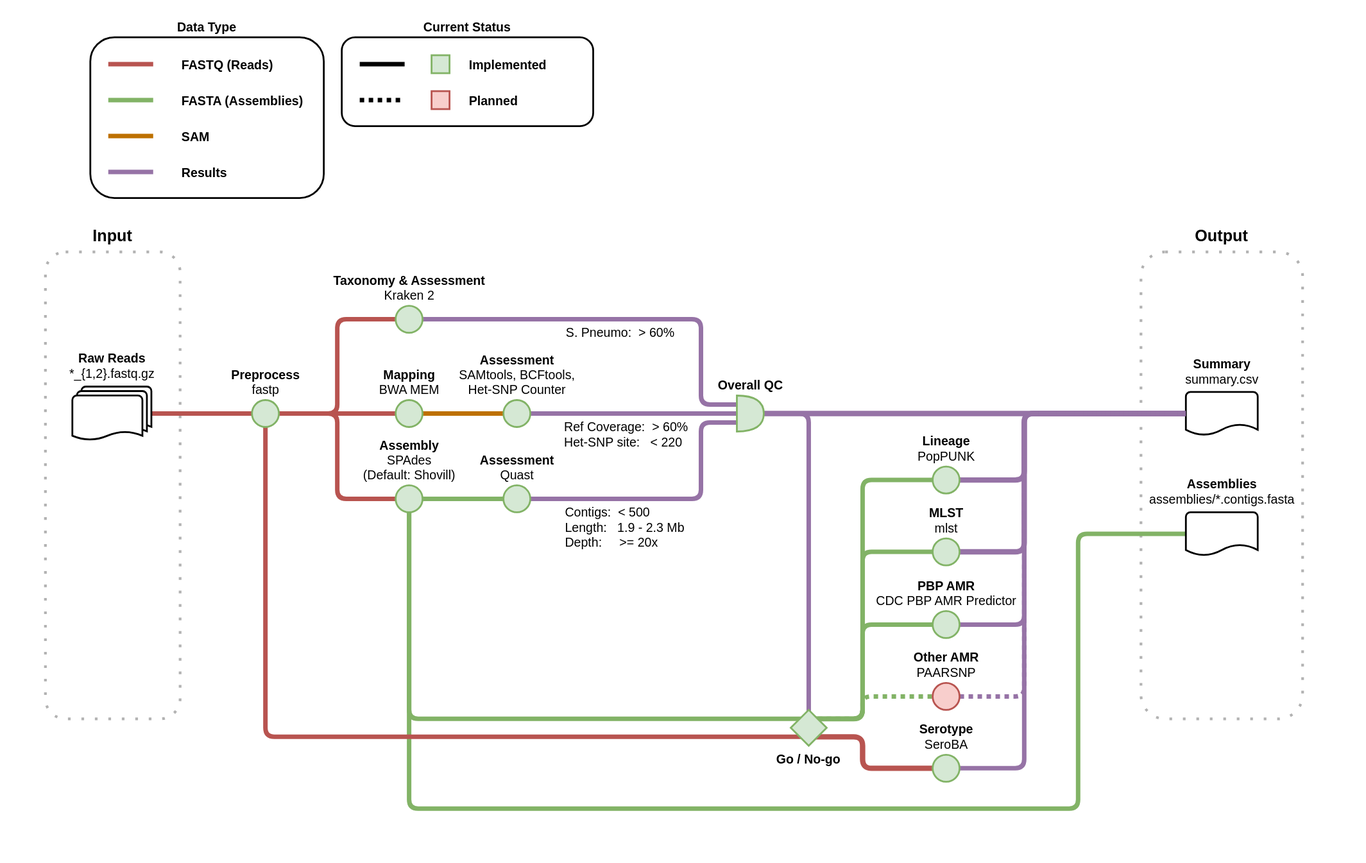
This is doc/workflow.drawio.svg from sanger-bentley-group/gps-pipeline, a draw.io export, as it was before one commit. Source tidied: cells renumbered, new cells last; positions are measured from the earlier drawing's top-left corner, leaving out a move shared by most shapes.
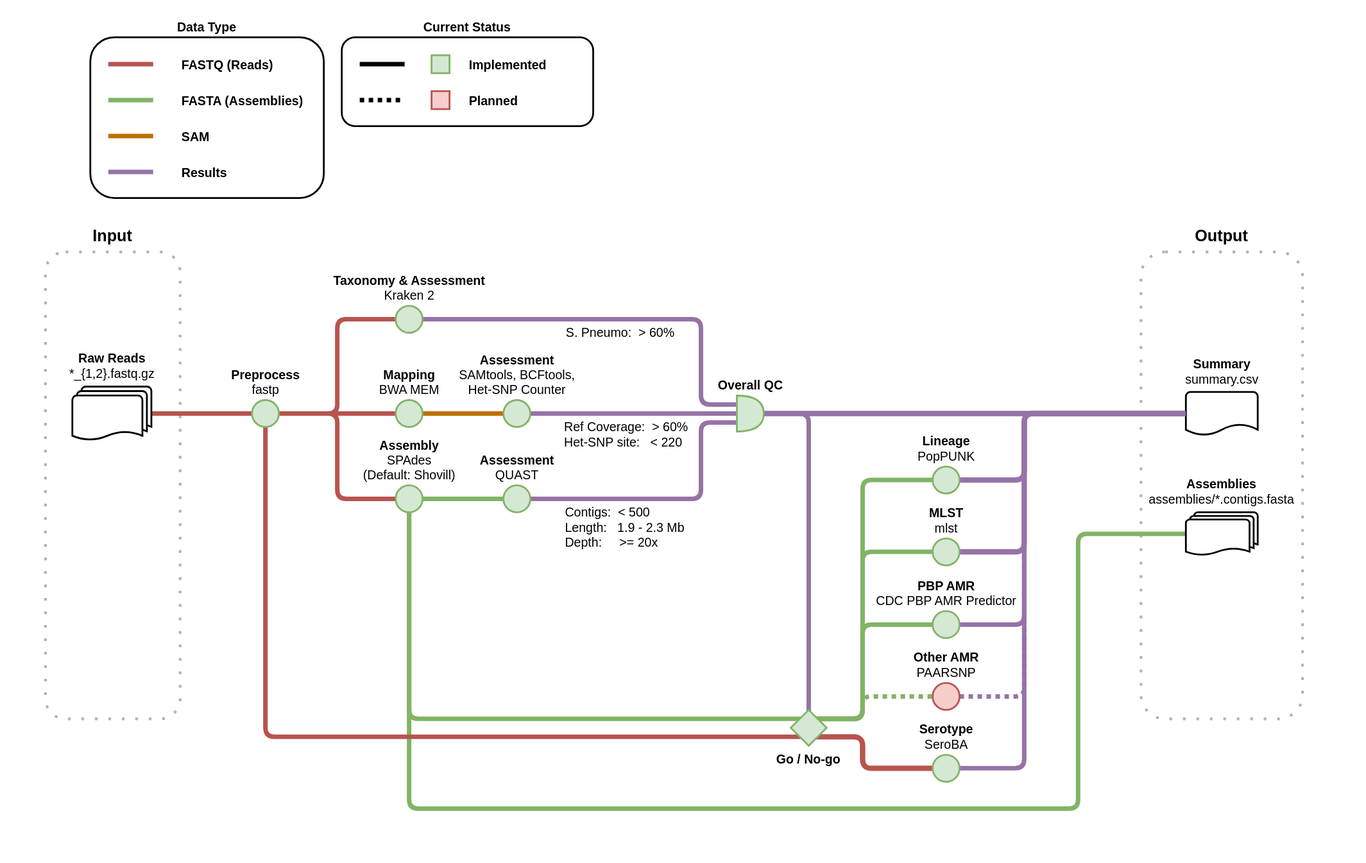
Later version of the same file.

Commit message:
Improve accuracy

Diff of the diagram source:
```diff
@@ -237,7 +237,7 @@
     <mxCell id="46" style="whiteSpace=wrap;html=1;fillColor=#f8cecc;strokeColor=#b85450;strokeWidth=2;" parent="1" vertex="1">
       <mxGeometry x="480" y="101" width="20" height="20" as="geometry" />
     </mxCell>
-    <mxCell id="47" value="&lt;b style=&quot;font-size: 14px&quot;&gt;Assemblies&lt;/b&gt;&lt;br style=&quot;font-size: 14px&quot;&gt;assemblies/*.contigs.fasta" style="strokeWidth=2;html=1;shape=mxgraph.flowchart.document2;size=0.25;labelPosition=center;verticalLabelPosition=top;align=center;verticalAlign=bottom;rounded=1;spacing=5;fontSize=14;" parent="1" vertex="1">
+    <mxCell id="47" value="&lt;b style=&quot;font-size: 14px&quot;&gt;Assemblies&lt;/b&gt;&lt;br style=&quot;font-size: 14px&quot;&gt;assemblies/*.contigs.fasta" style="strokeWidth=2;html=1;shape=mxgraph.flowchart.multi-document;whiteSpace=wrap;size=0.25;labelPosition=center;verticalLabelPosition=top;align=center;verticalAlign=bottom;rounded=1;spacing=5;fontSize=14;" parent="1" vertex="1">
       <mxGeometry x="1320" y="570" width="80" height="48" as="geometry" />
     </mxCell>
     <mxCell id="48" style="edgeStyle=orthogonalEdgeStyle;html=1;entryX=0;entryY=0.5;entryDx=0;entryDy=0;entryPerimeter=0;fillColor=#e1d5e7;strokeColor=#9673a6;endArrow=none;endFill=0;strokeWidth=6;" parent="1" edge="1" source="58" target="40">
@@ -257,7 +257,7 @@
     <mxCell id="51" value="&lt;div style=&quot;font-size: 14px&quot;&gt;&lt;b style=&quot;font-size: 14px&quot;&gt;Taxonomy &amp;amp; Assessment&lt;/b&gt;&lt;/div&gt;&lt;div style=&quot;font-size: 14px&quot;&gt;Kraken 2&lt;/div&gt;" style="ellipse;html=1;strokeWidth=2;labelPosition=center;verticalLabelPosition=top;align=center;verticalAlign=bottom;fillColor=#d5e8d4;strokeColor=#82b366;rounded=1;fontSize=14;" parent="1" vertex="1">
       <mxGeometry x="440" y="340" width="30" height="30" as="geometry" />
     </mxCell>
-    <mxCell id="52" value="&lt;b style=&quot;font-size: 14px;&quot;&gt;Assessment&lt;/b&gt;&lt;br style=&quot;font-size: 14px;&quot;&gt;Quast" style="ellipse;html=1;strokeWidth=2;labelPosition=center;verticalLabelPosition=top;align=center;verticalAlign=bottom;fillColor=#d5e8d4;strokeColor=#82b366;rounded=1;fontSize=14;" parent="1" vertex="1">
+    <mxCell id="52" value="&lt;b style=&quot;font-size: 14px;&quot;&gt;Assessment&lt;/b&gt;&lt;br style=&quot;font-size: 14px;&quot;&gt;QUAST" style="ellipse;html=1;strokeWidth=2;labelPosition=center;verticalLabelPosition=top;align=center;verticalAlign=bottom;fillColor=#d5e8d4;strokeColor=#82b366;rounded=1;fontSize=14;" parent="1" vertex="1">
       <mxGeometry x="560" y="540" width="30" height="30" as="geometry" />
     </mxCell>
     <mxCell id="53" value="&lt;b style=&quot;font-size: 14px&quot;&gt;Assessment&lt;br style=&quot;font-size: 14px&quot;&gt;&lt;/b&gt;SAMtools, BCFtools,&lt;br&gt;Het-SNP Counter" style="ellipse;html=1;strokeWidth=2;labelPosition=center;verticalLabelPosition=top;align=center;verticalAlign=bottom;fillColor=#d5e8d4;strokeColor=#82b366;rounded=1;fontSize=14;" parent="1" vertex="1">
```
